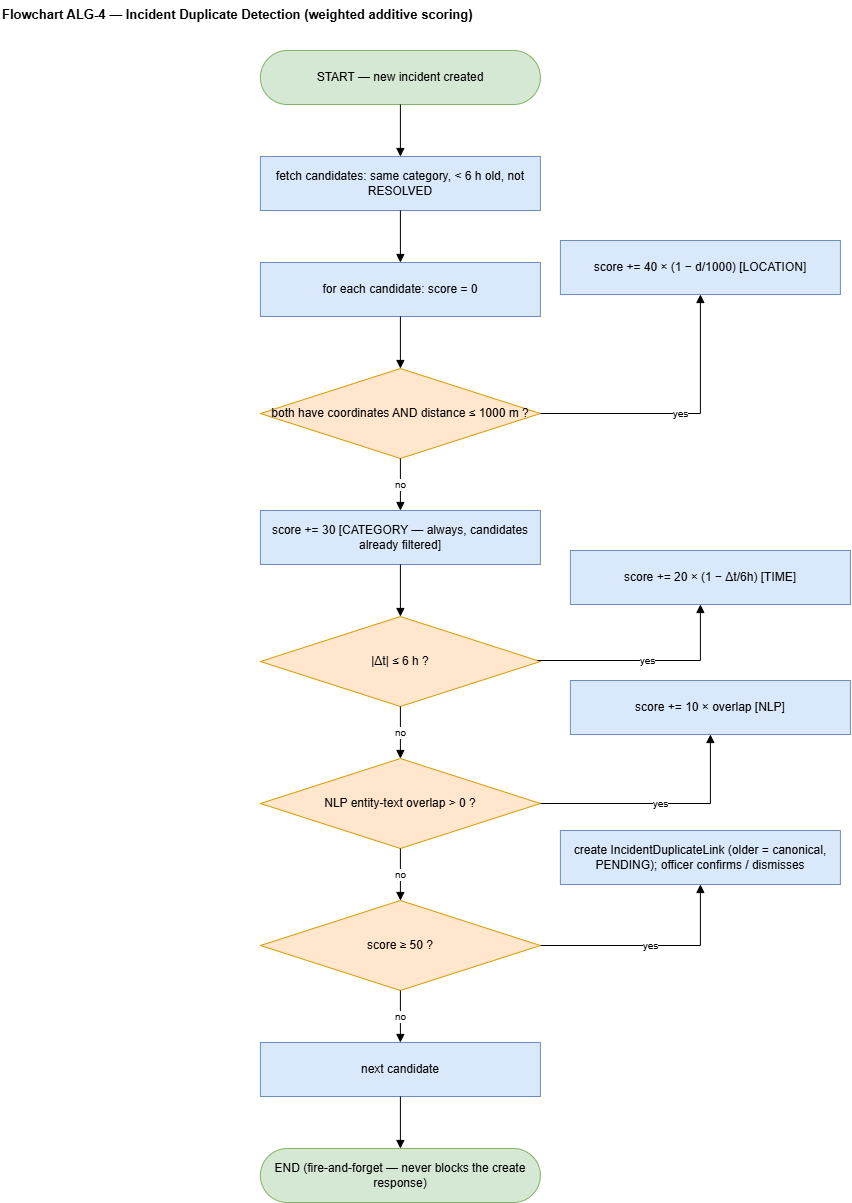
DeshanDV1003/Suraksha---Web-App keeps this draw.io diagram as research-report-source/diagrams/pngs/Flowchart_ALG-4_Duplicate_Detection.drawio.png. Above is the earlier version. Source tidied: cells renumbered, new cells last; positions are measured from the earlier drawing's top-left corner, leaving out a move shared by most shapes.
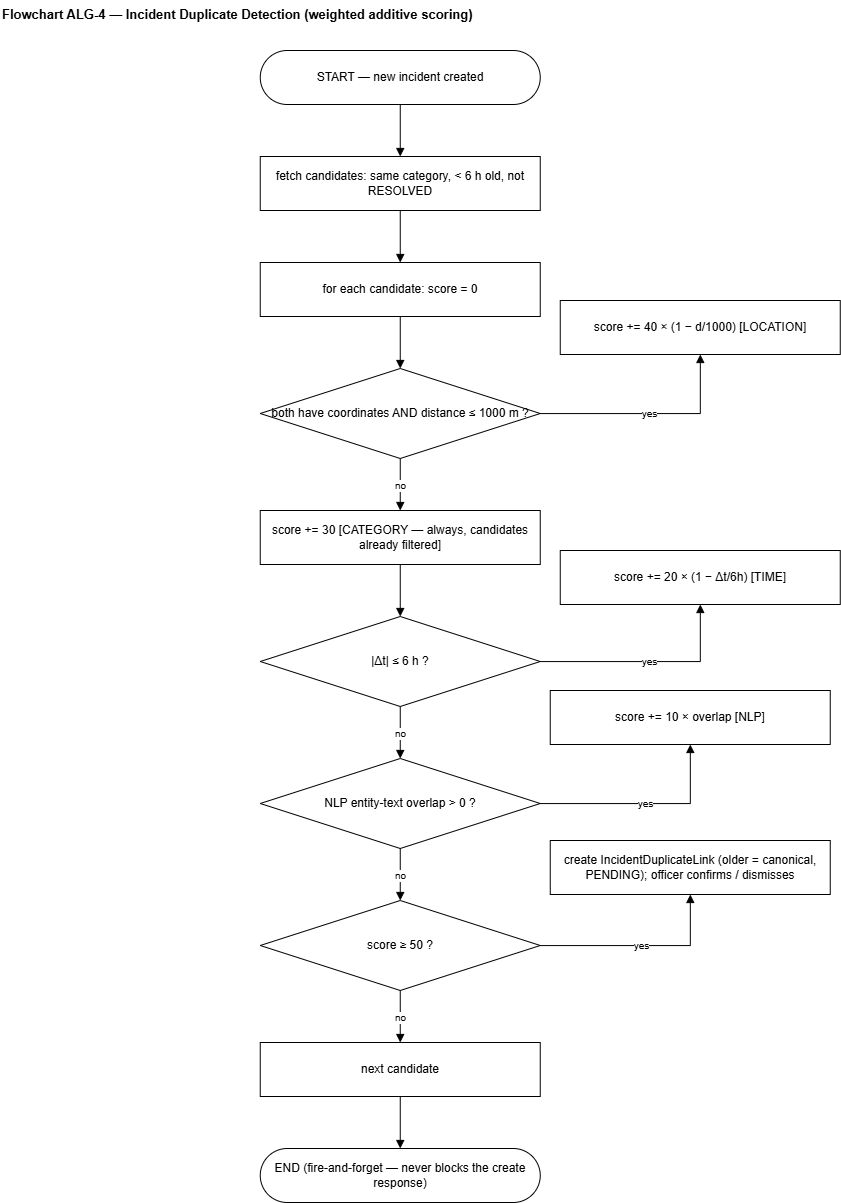
The same diagram one commit later.

Change to the diagram source:
```diff
@@ -5,46 +5,46 @@
     <mxCell id="2" value="Flowchart ALG-4 — Incident Duplicate Detection (weighted additive scoring)" style="text;html=1;fontStyle=1;fontSize=13;align=left;" parent="1" vertex="1">
       <mxGeometry width="820" height="26" as="geometry" />
     </mxCell>
-    <mxCell id="3" value="START — new incident created" style="rounded=1;arcSize=50;whiteSpace=wrap;html=1;fillColor=#d5e8d4;strokeColor=#82b366;" parent="1" vertex="1">
+    <mxCell id="3" value="START — new incident created" style="rounded=1;arcSize=50;whiteSpace=wrap;html=1;" parent="1" vertex="1">
       <mxGeometry x="260" y="50" width="280" height="54" as="geometry" />
     </mxCell>
-    <mxCell id="4" value="fetch candidates: same category, &lt; 6 h old, not RESOLVED" style="rounded=0;whiteSpace=wrap;html=1;fillColor=#dae8fc;strokeColor=#6c8ebf;" parent="1" vertex="1">
+    <mxCell id="4" value="fetch candidates: same category, &lt; 6 h old, not RESOLVED" style="rounded=0;whiteSpace=wrap;html=1;" parent="1" vertex="1">
       <mxGeometry x="260" y="156" width="280" height="54" as="geometry" />
     </mxCell>
-    <mxCell id="5" value="for each candidate: score = 0" style="rounded=0;whiteSpace=wrap;html=1;fillColor=#dae8fc;strokeColor=#6c8ebf;" parent="1" vertex="1">
+    <mxCell id="5" value="for each candidate: score = 0" style="rounded=0;whiteSpace=wrap;html=1;" parent="1" vertex="1">
       <mxGeometry x="260" y="262" width="280" height="54" as="geometry" />
     </mxCell>
-    <mxCell id="6" value="both have coordinates AND distance ≤ 1000 m ?" style="rhombus;whiteSpace=wrap;html=1;fillColor=#ffe6cc;strokeColor=#d79b00;" parent="1" vertex="1">
+    <mxCell id="6" value="both have coordinates AND distance ≤ 1000 m ?" style="rhombus;whiteSpace=wrap;html=1;" parent="1" vertex="1">
       <mxGeometry x="260" y="368" width="280" height="90" as="geometry" />
     </mxCell>
-    <mxCell id="7" value="score += 40 × (1 − d/1000)   [LOCATION]" style="rounded=0;whiteSpace=wrap;html=1;fillColor=#dae8fc;strokeColor=#6c8ebf;" parent="1" vertex="1">
-      <mxGeometry x="560" y="240" width="280" height="54" as="geometry" />
+    <mxCell id="7" value="score += 40 × (1 − d/1000)   [LOCATION]" style="rounded=0;whiteSpace=wrap;html=1;" parent="1" vertex="1">
+      <mxGeometry x="560" y="300" width="280" height="54" as="geometry" />
     </mxCell>
-    <mxCell id="8" value="score += 30   [CATEGORY — always, candidates already filtered]" style="rounded=0;whiteSpace=wrap;html=1;fillColor=#dae8fc;strokeColor=#6c8ebf;" parent="1" vertex="1">
+    <mxCell id="8" value="score += 30   [CATEGORY — always, candidates already filtered]" style="rounded=0;whiteSpace=wrap;html=1;" parent="1" vertex="1">
       <mxGeometry x="260" y="510" width="280" height="54" as="geometry" />
     </mxCell>
-    <mxCell id="9" value="|Δt| ≤ 6 h ?" style="rhombus;whiteSpace=wrap;html=1;fillColor=#ffe6cc;strokeColor=#d79b00;" parent="1" vertex="1">
+    <mxCell id="9" value="|Δt| ≤ 6 h ?" style="rhombus;whiteSpace=wrap;html=1;" parent="1" vertex="1">
       <mxGeometry x="260" y="616" width="280" height="90" as="geometry" />
     </mxCell>
-    <mxCell id="10" value="score += 20 × (1 − Δt/6h)   [TIME]" style="rounded=0;whiteSpace=wrap;html=1;fillColor=#dae8fc;strokeColor=#6c8ebf;" parent="1" vertex="1">
-      <mxGeometry x="570" y="550" width="280" height="54" as="geometry" />
+    <mxCell id="10" value="score += 20 × (1 − Δt/6h)   [TIME]" style="rounded=0;whiteSpace=wrap;html=1;" parent="1" vertex="1">
+      <mxGeometry x="560" y="550" width="280" height="54" as="geometry" />
     </mxCell>
-    <mxCell id="11" value="NLP entity-text overlap &gt; 0 ?" style="rhombus;whiteSpace=wrap;html=1;fillColor=#ffe6cc;strokeColor=#d79b00;" parent="1" vertex="1">
+    <mxCell id="11" value="NLP entity-text overlap &gt; 0 ?" style="rhombus;whiteSpace=wrap;html=1;" parent="1" vertex="1">
       <mxGeometry x="260" y="758" width="280" height="90" as="geometry" />
     </mxCell>
-    <mxCell id="12" value="score += 10 × overlap   [NLP]" style="rounded=0;whiteSpace=wrap;html=1;fillColor=#dae8fc;strokeColor=#6c8ebf;" parent="1" vertex="1">
-      <mxGeometry x="570" y="680" width="280" height="54" as="geometry" />
+    <mxCell id="12" value="score += 10 × overlap   [NLP]" style="rounded=0;whiteSpace=wrap;html=1;" parent="1" vertex="1">
+      <mxGeometry x="550" y="690" width="280" height="54" as="geometry" />
     </mxCell>
-    <mxCell id="13" value="score ≥ 50 ?" style="rhombus;whiteSpace=wrap;html=1;fillColor=#ffe6cc;strokeColor=#d79b00;" parent="1" vertex="1">
+    <mxCell id="13" value="score ≥ 50 ?" style="rhombus;whiteSpace=wrap;html=1;" parent="1" vertex="1">
       <mxGeometry x="260" y="900" width="280" height="90" as="geometry" />
     </mxCell>
-    <mxCell id="14" value="create IncidentDuplicateLink (older = canonical, PENDING); officer confirms / dismisses" style="rounded=0;whiteSpace=wrap;html=1;fillColor=#dae8fc;strokeColor=#6c8ebf;" parent="1" vertex="1">
-      <mxGeometry x="560" y="830" width="280" height="54" as="geometry" />
+    <mxCell id="14" value="create IncidentDuplicateLink (older = canonical, PENDING); officer confirms / dismisses" style="rounded=0;whiteSpace=wrap;html=1;" parent="1" vertex="1">
+      <mxGeometry x="550" y="840" width="280" height="54" as="geometry" />
     </mxCell>
-    <mxCell id="15" value="next candidate" style="rounded=0;whiteSpace=wrap;html=1;fillColor=#dae8fc;strokeColor=#6c8ebf;" parent="1" vertex="1">
+    <mxCell id="15" value="next candidate" style="rounded=0;whiteSpace=wrap;html=1;" parent="1" vertex="1">
       <mxGeometry x="260" y="1042" width="280" height="54" as="geometry" />
     </mxCell>
-    <mxCell id="16" value="END  (fire-and-forget — never blocks the create response)" style="rounded=1;arcSize=50;whiteSpace=wrap;html=1;fillColor=#d5e8d4;strokeColor=#82b366;" parent="1" vertex="1">
+    <mxCell id="16" value="END  (fire-and-forget — never blocks the create response)" style="rounded=1;arcSize=50;whiteSpace=wrap;html=1;" parent="1" vertex="1">
       <mxGeometry x="260" y="1148" width="280" height="54" as="geometry" />
     </mxCell>
     <mxCell id="17" style="edgeStyle=orthogonalEdgeStyle;rounded=0;html=1;endArrow=block;fontSize=10;" parent="1" edge="1" source="3" target="4">
@@ -72,11 +72,7 @@
       <mxGeometry relative="1" as="geometry" />
     </mxCell>
     <mxCell id="25" value="yes" style="edgeStyle=orthogonalEdgeStyle;rounded=0;html=1;endArrow=block;fontSize=10;" parent="1" edge="1" source="9" target="10">
-      <mxGeometry relative="1" as="geometry">
-        <Array as="points">
-          <mxPoint x="700" y="660" />
-        </Array>
-      </mxGeometry>
+      <mxGeometry relative="1" as="geometry" />
     </mxCell>
     <mxCell id="26" value="no" style="edgeStyle=orthogonalEdgeStyle;rounded=0;html=1;endArrow=block;fontSize=10;" parent="1" edge="1" source="11" target="13">
       <mxGeometry relative="1" as="geometry" />
```
